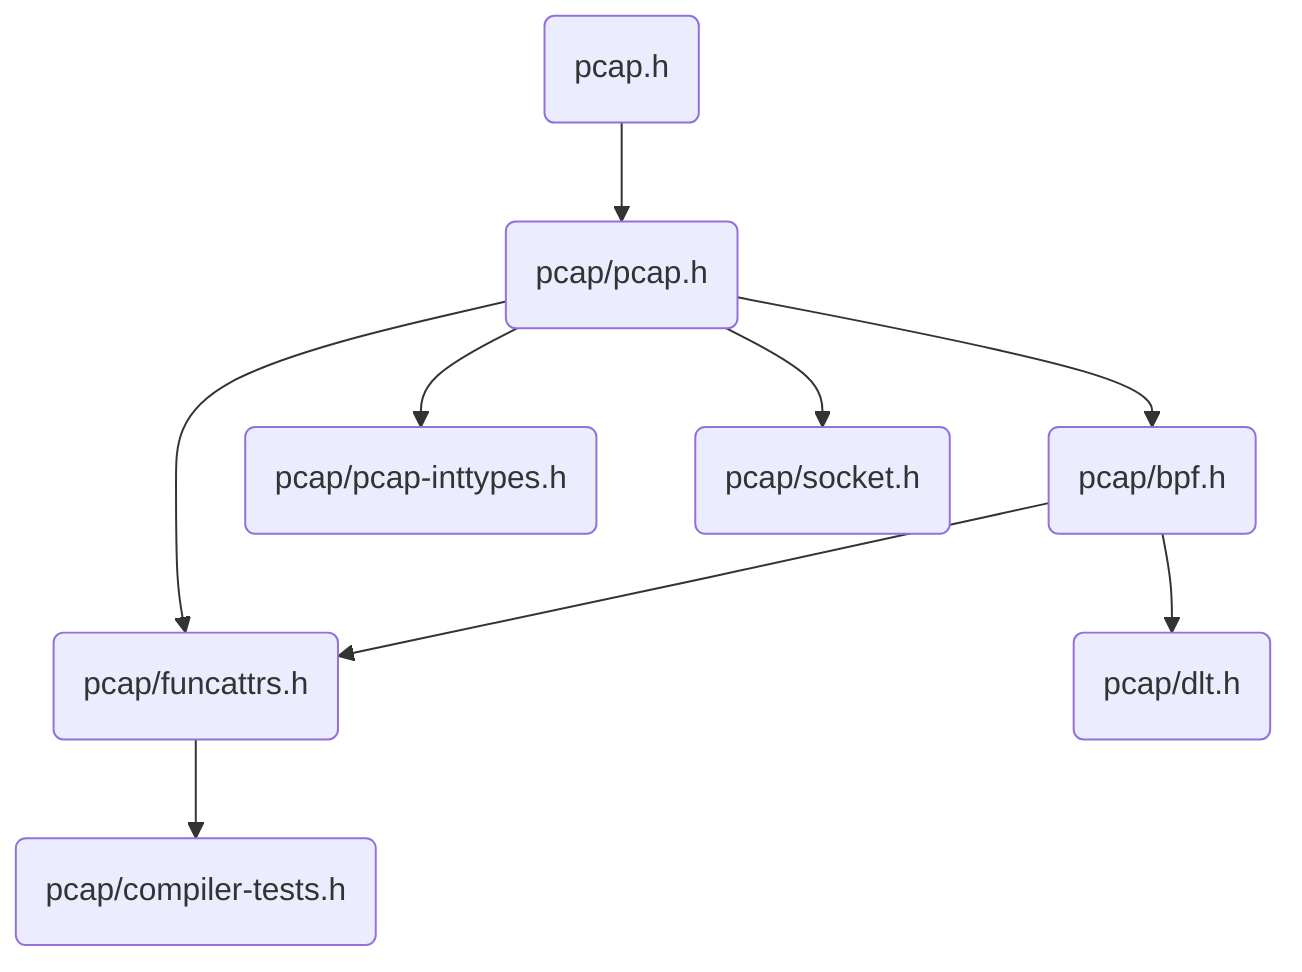
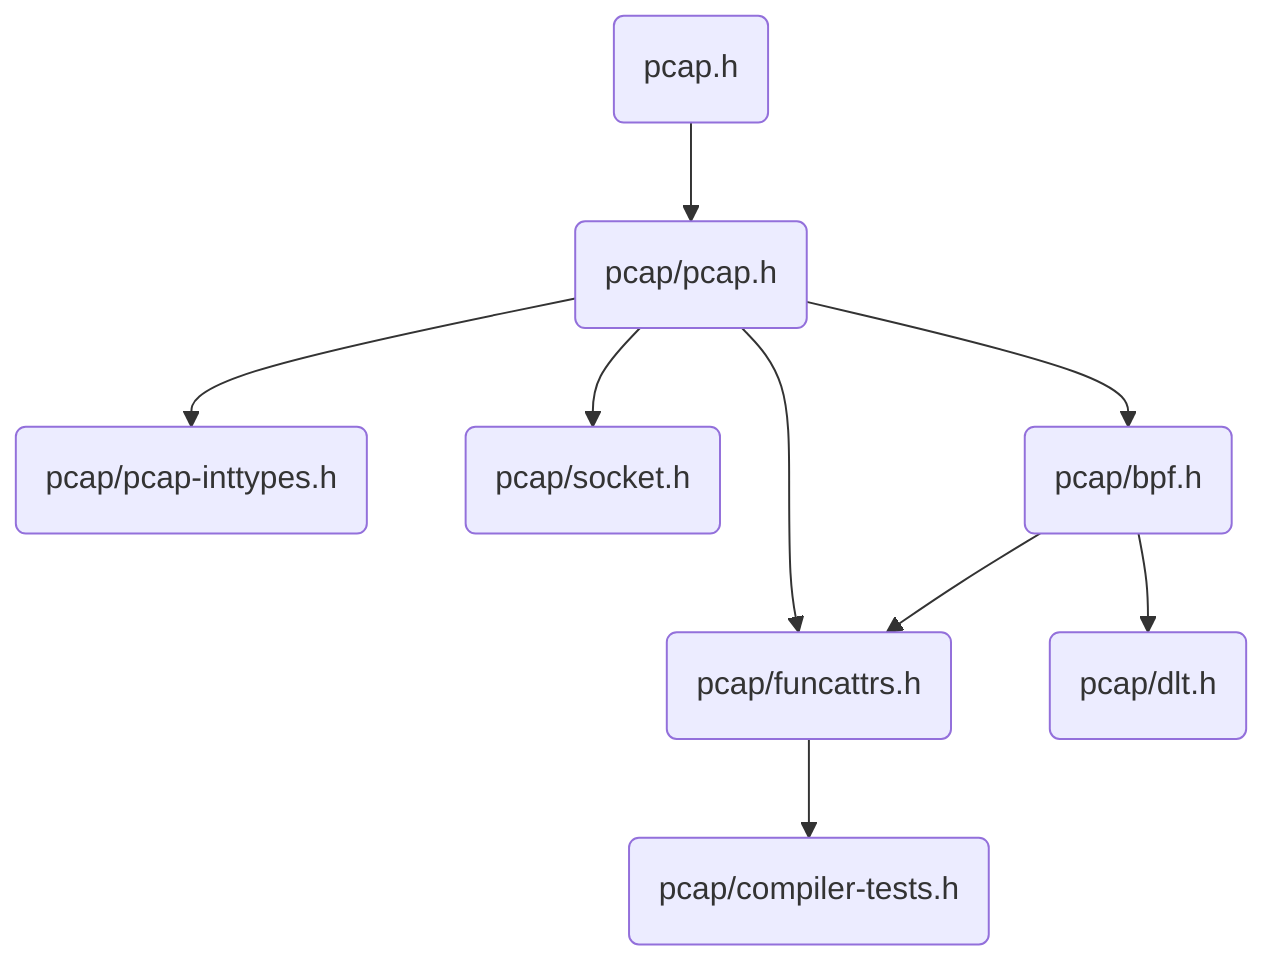
- graph TD;
+ graph TD
  v0("pcap.h")
+   v2("pcap/pcap.h")
+   v3("pcap/funcattrs.h")
+   v4("pcap/compiler-tests.h")
+   v5("pcap/pcap-inttypes.h")
+   v52("pcap/socket.h")
  v76("pcap/bpf.h")
-   v4("pcap/compiler-tests.h")
  v77("pcap/dlt.h")
-   v3("pcap/funcattrs.h")
-   v5("pcap/pcap-inttypes.h")
-   v2("pcap/pcap.h")
-   v52("pcap/socket.h")
  v0-->v2
  v2-->v3
  v76-->v3
  v3-->v4
  v2-->v5
  v2-->v52
  v2-->v76
  v76-->v77
